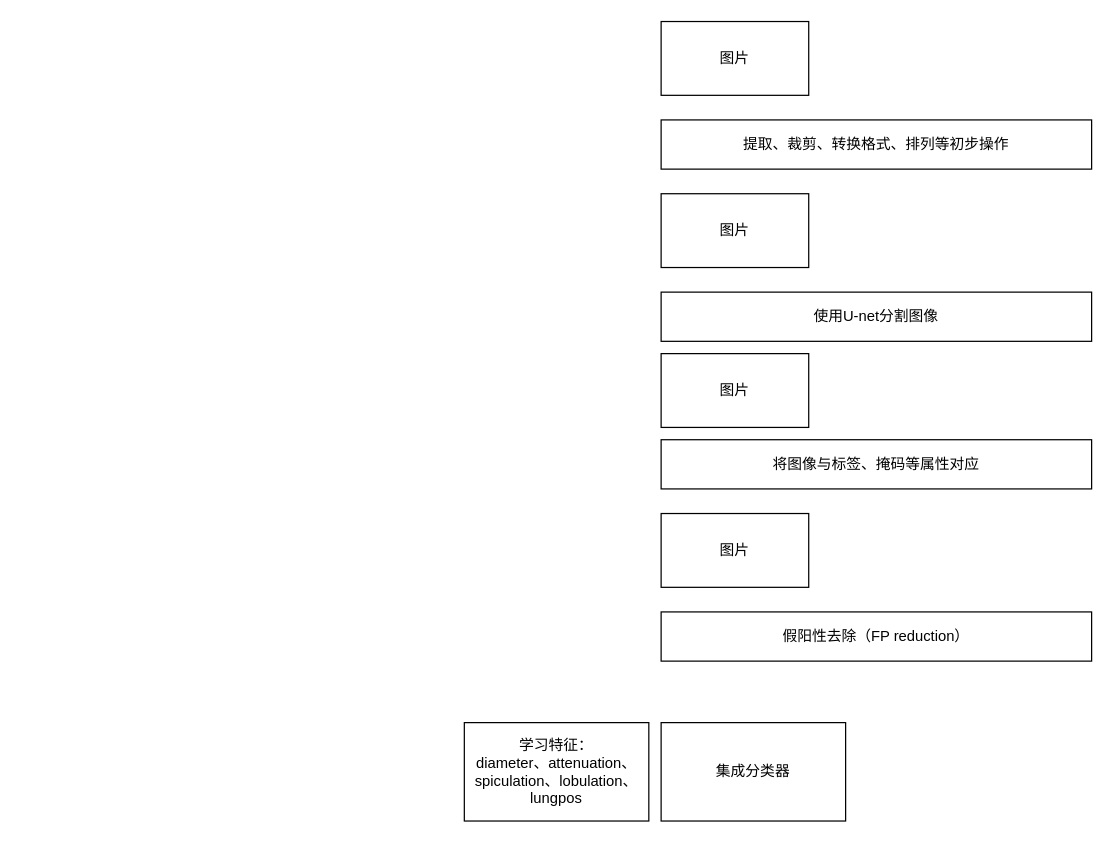
The draw.io diagram bishe-jiagou.drawio in CaptainCCCP/Draw-io-cloud, before the edit. Source tidied: cells renumbered, new cells numbered last; positions are measured from the earlier drawing's top-left corner, leaving out a move shared by most shapes. Both pictures are drawn from the tidied source at 123%, with x=0, y=0 at pixel (464, 21).
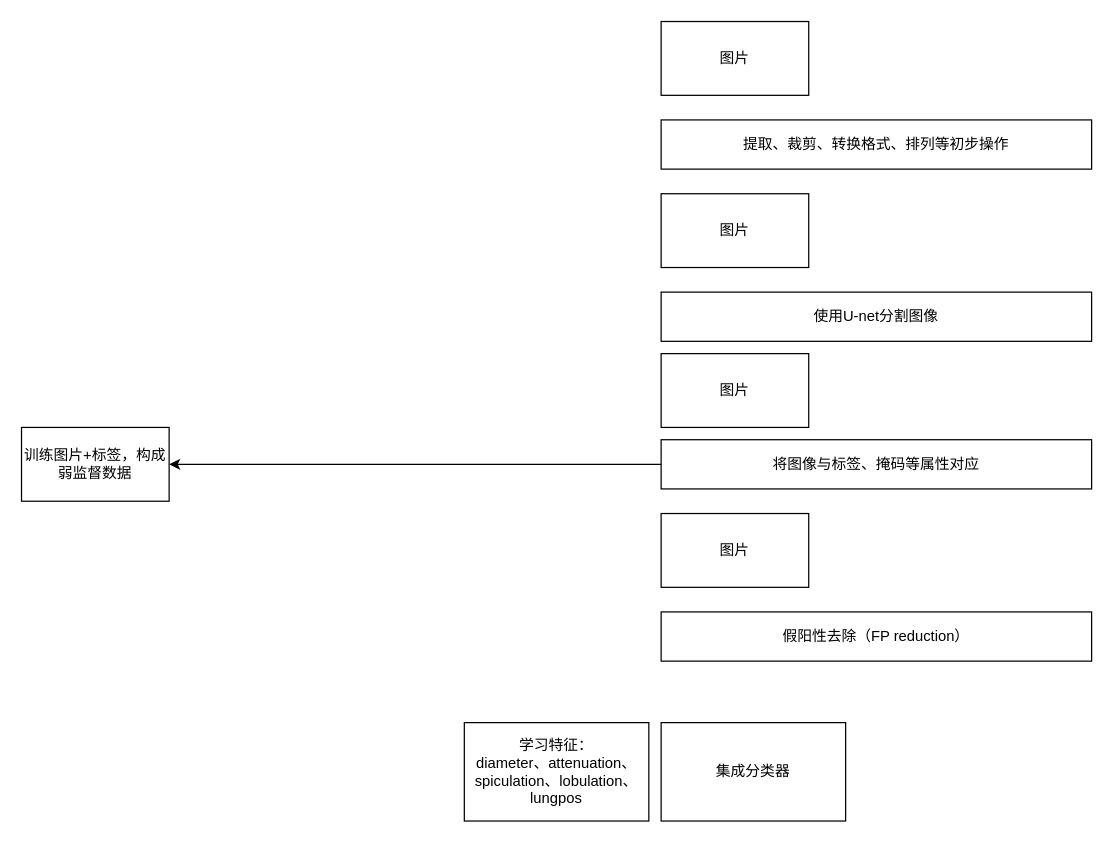
The same diagram, later.

Diff of the diagram source:
```diff
@@
 <mxGraphModel>
   <root>
     <mxCell id="0" />
     <mxCell id="1" parent="0" />
     <mxCell id="2" value="图片" style="rounded=0;whiteSpace=wrap;html=1;" parent="1" vertex="1">
       <mxGeometry x="160" width="120" height="60" as="geometry" />
     </mxCell>
     <mxCell id="3" value="使用U-net分割图像" style="rounded=0;whiteSpace=wrap;html=1;" parent="1" vertex="1">
       <mxGeometry x="160" y="220" width="350" height="40" as="geometry" />
     </mxCell>
+    <mxCell id="12" style="edgeStyle=orthogonalEdgeStyle;rounded=0;jettySize=auto;html=1;exitX=0;exitY=0.5;exitDx=0;exitDy=0;entryX=1;entryY=0.5;entryDx=0;entryDy=0;" parent="1" edge="1" source="4" target="13">
+      <mxGeometry relative="1" as="geometry" />
+    </mxCell>
     <mxCell id="4" value="将图像与标签、掩码等属性对应" style="whiteSpace=wrap;html=1;" parent="1" vertex="1">
       <mxGeometry x="160" y="340" width="350" height="40" as="geometry" />
     </mxCell>
     <mxCell id="5" value="假阳性去除（FP reduction）" style="whiteSpace=wrap;html=1;" parent="1" vertex="1">
       <mxGeometry x="160" y="480" width="350" height="40" as="geometry" />
     </mxCell>
     <mxCell id="6" value="提取、裁剪、转换格式、排列等初步操作" style="whiteSpace=wrap;html=1;" parent="1" vertex="1">
       <mxGeometry x="160" y="80" width="350" height="40" as="geometry" />
     </mxCell>
     <mxCell id="7" value="图片" style="rounded=0;whiteSpace=wrap;html=1;" parent="1" vertex="1">
       <mxGeometry x="160" y="140" width="120" height="60" as="geometry" />
     </mxCell>
     <mxCell id="8" value="图片" style="rounded=0;whiteSpace=wrap;html=1;" parent="1" vertex="1">
       <mxGeometry x="160" y="270" width="120" height="60" as="geometry" />
     </mxCell>
     <mxCell id="9" value="图片" style="rounded=0;whiteSpace=wrap;html=1;" parent="1" vertex="1">
       <mxGeometry x="160" y="400" width="120" height="60" as="geometry" />
     </mxCell>
     <mxCell id="10" value="学习特征：&lt;div&gt;diameter、attenuation、spiculation、lobulation、lungpos&lt;/div&gt;" style="whiteSpace=wrap;html=1;" parent="1" vertex="1">
       <mxGeometry y="570" width="150" height="80" as="geometry" />
     </mxCell>
     <mxCell id="11" value="集成分类器" style="whiteSpace=wrap;html=1;" parent="1" vertex="1">
       <mxGeometry x="160" y="570" width="150" height="80" as="geometry" />
     </mxCell>
+    <mxCell id="13" value="训练图片+标签，构成弱监督数据" style="rounded=0;whiteSpace=wrap;html=1;" parent="1" vertex="1">
+      <mxGeometry x="-360" y="330" width="120" height="60" as="geometry" />
+    </mxCell>
   </root>
 </mxGraphModel>
```
